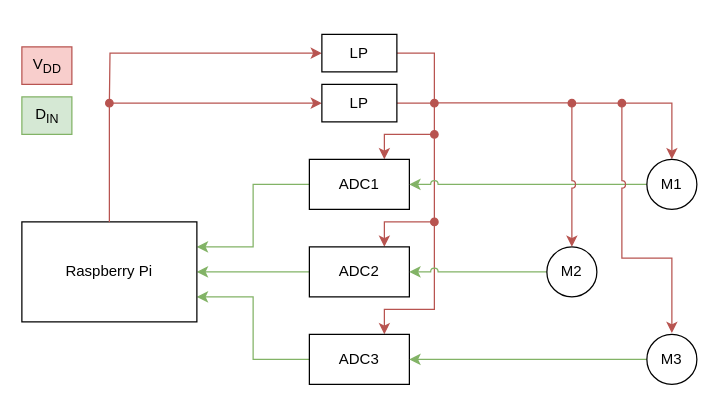
This is blokkskjema_instrumenteringssystem.drawio from HunkyMcHunkin/TTT4280, a draw.io file, before an edit. Source tidied: cells renumbered, new cells numbered last; positions are measured from the earlier drawing's top-left corner, leaving out a move shared by most shapes. Both pictures are drawn from the tidied source at 125%, with x=0, y=0 at pixel (21, 34).
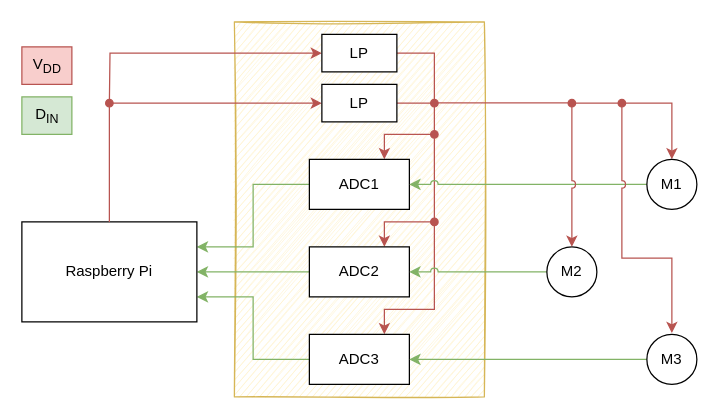
Above is the later version.

The edit, as a diff of the source:
```diff
@@
+    <mxCell id="29" style="rounded=0;whiteSpace=wrap;html=1;labelBackgroundColor=none;fillColor=#fff2cc;strokeColor=#d6b656;glass=0;sketch=1;" parent="1" vertex="1">
+      <mxGeometry x="170" y="-10" width="200" height="300" as="geometry" />
+    </mxCell>
```
